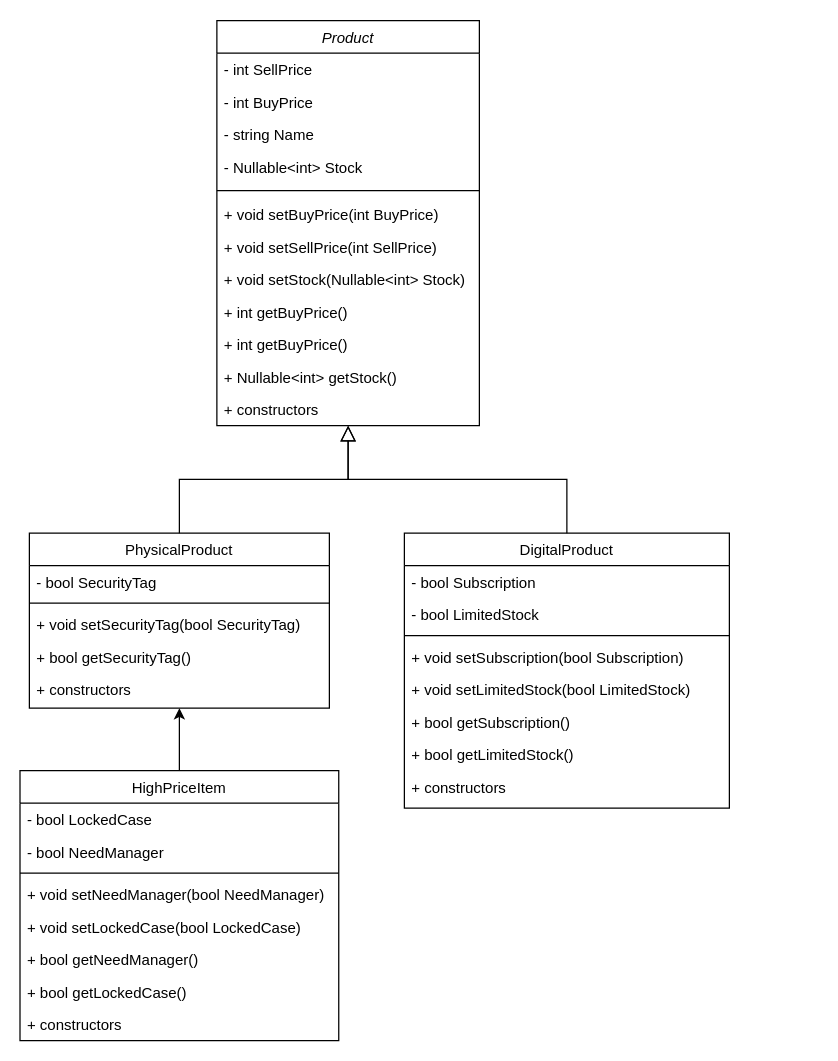
Before: classdiagram.drawio in milokv/storeinventorymanager, a draw.io diagram. Source tidied: cells renumbered, new cells numbered last; positions are measured from the earlier drawing's top-left corner, leaving out a move shared by most shapes. Both pictures are drawn from the tidied source at 125%, with x=0, y=0 at pixel (19, 20).
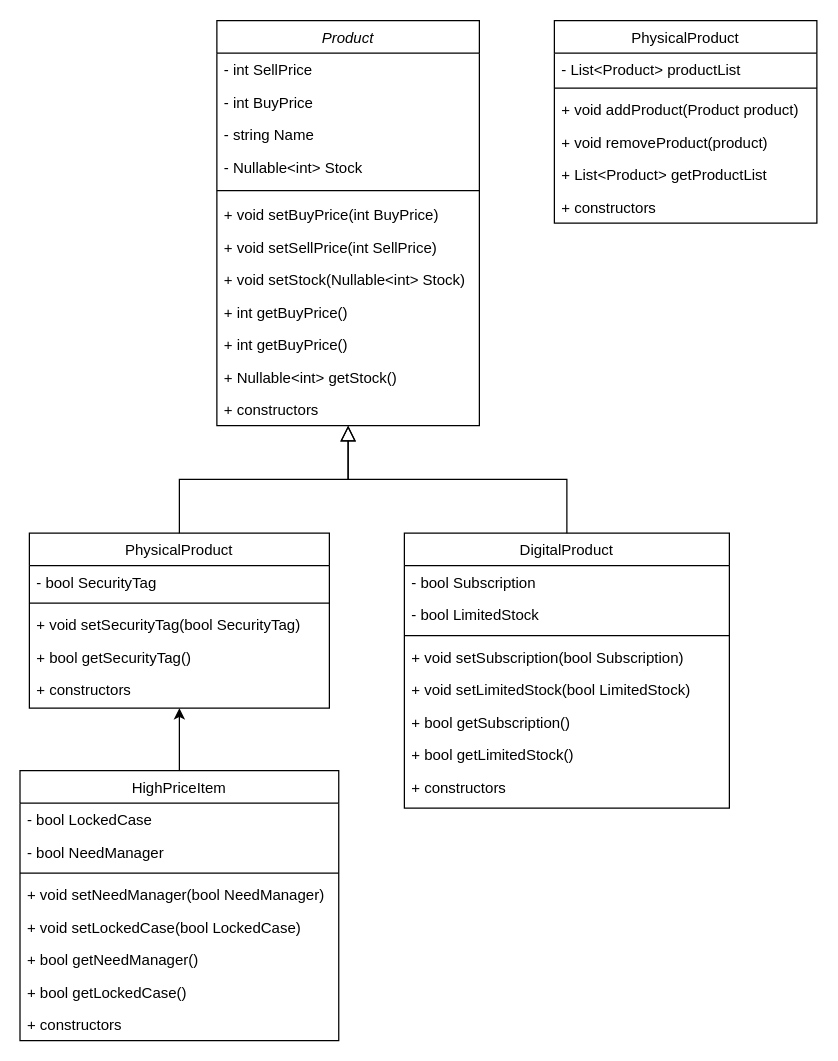
Above is the later version.

What changed in the source:
```diff
@@
+    <mxCell id="42" value="PhysicalProduct" style="swimlane;fontStyle=0;align=center;verticalAlign=top;horizontal=1;startSize=26;rounded=0;shadow=0;strokeWidth=1;" parent="1" vertex="1">
+      <mxGeometry x="428" width="210" height="162" as="geometry" />
+    </mxCell>
+    <mxCell id="43" value="- List&lt;Product&gt; productList" style="text;align=left;verticalAlign=top;spacingLeft=4;spacingRight=4;overflow=hidden;rounded=0;shadow=0;html=0;" parent="42" vertex="1">
+      <mxGeometry y="26" width="210" height="24" as="geometry" />
+    </mxCell>
+    <mxCell id="44" style="line;html=1;strokeWidth=1;align=left;verticalAlign=middle;spacingTop=-1;spacingLeft=3;spacingRight=3;labelPosition=right;" parent="42" vertex="1">
+      <mxGeometry y="50" width="210" height="8" as="geometry" />
+    </mxCell>
+    <mxCell id="45" value="+ void addProduct(Product product)" style="text;align=left;verticalAlign=top;spacingLeft=4;spacingRight=4;overflow=hidden;" parent="42" vertex="1">
+      <mxGeometry y="58" width="210" height="26" as="geometry" />
+    </mxCell>
+    <mxCell id="46" value="+ void removeProduct(product)&#10;" style="text;align=left;verticalAlign=top;spacingLeft=4;spacingRight=4;overflow=hidden;" parent="42" vertex="1">
+      <mxGeometry y="84" width="210" height="26" as="geometry" />
+    </mxCell>
+    <mxCell id="47" value="+ List&lt;Product&gt; getProductList" style="text;align=left;verticalAlign=top;spacingLeft=4;spacingRight=4;overflow=hidden;" parent="42" vertex="1">
+      <mxGeometry y="110" width="210" height="26" as="geometry" />
+    </mxCell>
+    <mxCell id="48" value="+ constructors" style="text;align=left;verticalAlign=top;spacingLeft=4;spacingRight=4;overflow=hidden;" parent="42" vertex="1">
+      <mxGeometry y="136" width="210" height="26" as="geometry" />
+    </mxCell>
```
